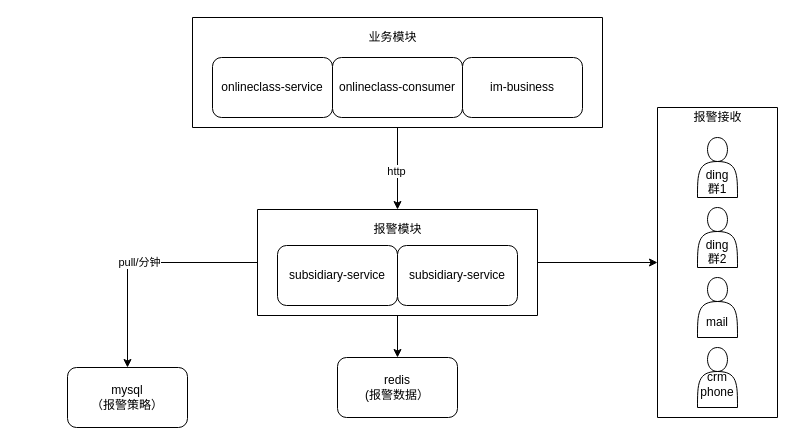
xiell2016/hetaoDesign keeps this draw.io diagram as 报警系统.drawio. Above is the earlier version. Source tidied: cells renumbered, new cells numbered last; positions are measured from the earlier drawing's top-left corner, leaving out a move shared by most shapes. Both pictures are drawn from the tidied source at 100%, with x=0, y=0 at pixel (67, 17).
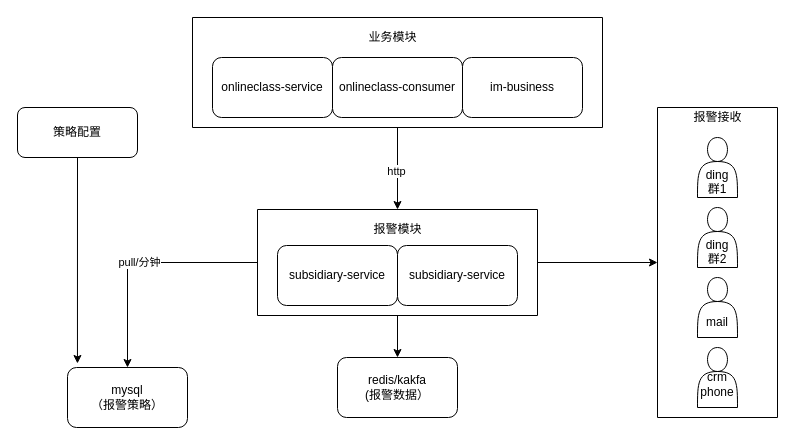
The same page after the edit.

Commit message:
更新报警系统.drawio

The change refers to these unchanged cells:
```xml
<mxCell id="5" value="mysql&lt;br&gt;（报警策略）" style="rounded=1;whiteSpace=wrap;html=1;" parent="1" vertex="1">
  <mxGeometry y="350" width="120" height="60" as="geometry" />
</mxCell>
```

The edit, as a diff of the source:
```diff
@@
-    <mxCell id="23" value="redis&lt;br&gt;(报警数据）" style="rounded=1;whiteSpace=wrap;html=1;" parent="1" vertex="1">
+    <mxCell id="23" value="redis/kakfa&lt;br&gt;(报警数据）" style="rounded=1;whiteSpace=wrap;html=1;" parent="1" vertex="1">
       <mxGeometry x="270" y="340" width="120" height="60" as="geometry" />
     </mxCell>
+    <mxCell id="24" style="edgeStyle=orthogonalEdgeStyle;rounded=0;jettySize=auto;html=1;exitX=0.5;exitY=1;exitDx=0;exitDy=0;entryX=0.083;entryY=-0.067;entryDx=0;entryDy=0;entryPerimeter=0;" parent="1" edge="1" source="25" target="5">
+      <mxGeometry relative="1" as="geometry" />
+    </mxCell>
+    <mxCell id="25" value="策略配置" style="rounded=1;whiteSpace=wrap;html=1;" parent="1" vertex="1">
+      <mxGeometry x="-50" y="90" width="120" height="50" as="geometry" />
+    </mxCell>
```
